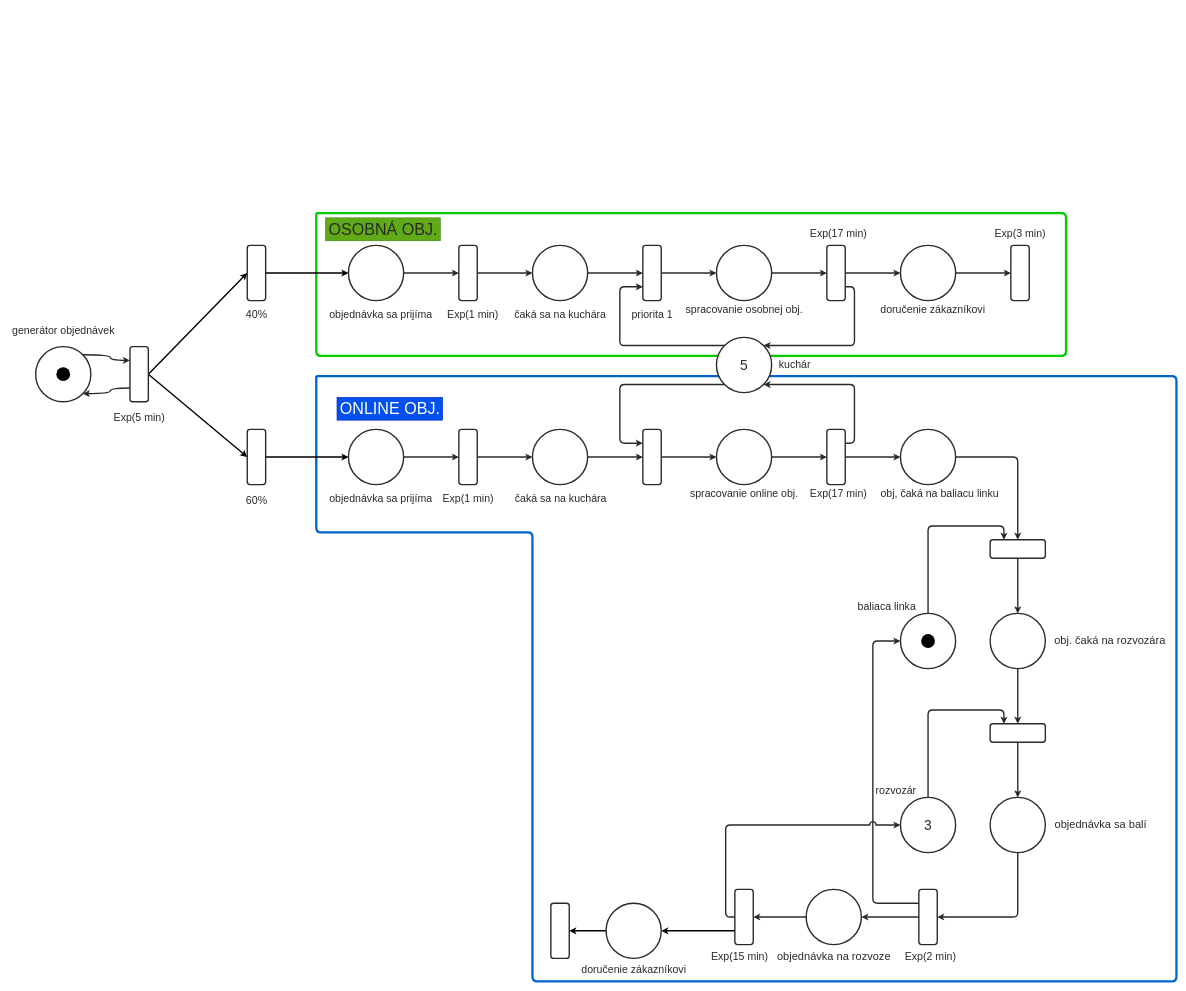
This is docs/petriiiii.drawio from Mats7/ims2022, a draw.io file, before an edit. Source tidied: cells renumbered, new cells numbered last; positions are measured from the earlier drawing's top-left corner, leaving out a move shared by most shapes. Both pictures are drawn from the tidied source at 46%, with x=0, y=0 at pixel (8, 213).
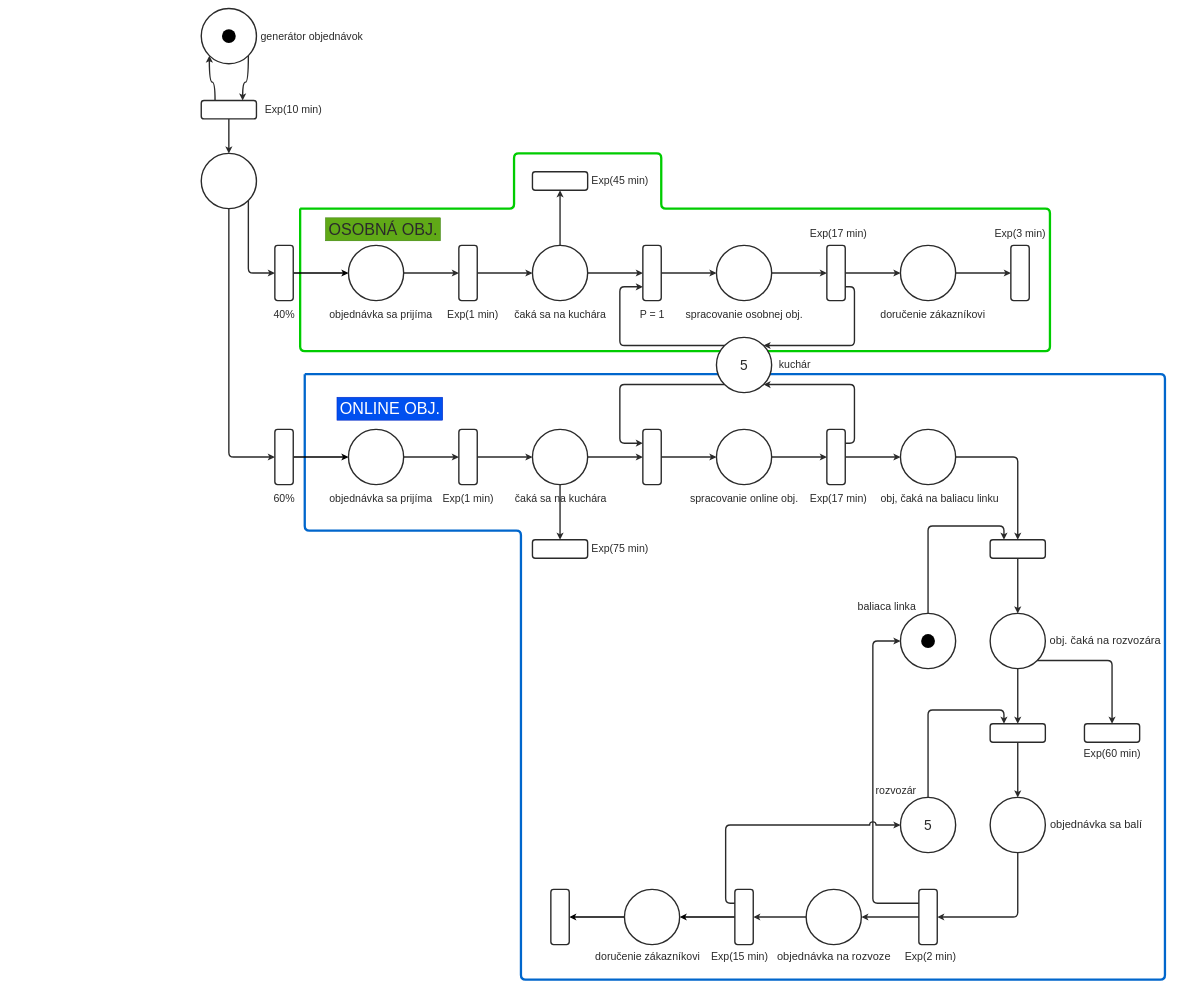
Above is the later version.

The change refers to these unchanged cells:
```xml
<mxCell id="9" style="ellipse;rounded=1;labelBackgroundColor=none;fontColor=#2A2A2A;strokeColor=#2A2A2A;strokeWidth=3;whiteSpace=wrap;html=1;fillColor=none;perimeterSpacing=0;shadow=0;sketch=0;" parent="1" vertex="1">
  <mxGeometry x="1140" y="70" width="120" height="120" as="geometry" />
</mxCell>
<mxCell id="17" style="ellipse;rounded=1;labelBackgroundColor=none;fontColor=#2A2A2A;strokeColor=#2A2A2A;strokeWidth=3;whiteSpace=wrap;html=1;fillColor=none;perimeterSpacing=0;shadow=0;sketch=0;" parent="1" vertex="1">
  <mxGeometry x="1140" y="470" width="120" height="120" as="geometry" />
</mxCell>
<mxCell id="43" style="ellipse;direction=south;rounded=1;labelBackgroundColor=none;fontColor=#2A2A2A;strokeColor=#2A2A2A;strokeWidth=3;whiteSpace=wrap;html=1;fillColor=none;perimeterSpacing=0;shadow=0;sketch=0;" parent="1" vertex="1">
  <mxGeometry x="2135" y="870" width="120" height="120" as="geometry" />
</mxCell>
<mxCell id="73" style="rounded=1;direction=west;labelBackgroundColor=none;fontColor=#2A2A2A;strokeColor=#2A2A2A;strokeWidth=3;whiteSpace=wrap;html=1;fillColor=none;perimeterSpacing=0;shadow=0;sketch=0;" parent="1" vertex="1">
  <mxGeometry x="1580" y="1470" width="40" height="120" as="geometry" />
</mxCell>
```

What changed in the source:
```diff
@@
     <mxCell id="2" style="endArrow=none;html=1;strokeColor=#0066CC;strokeWidth=5;" parent="1" edge="1">
       <mxGeometry relative="1" as="geometry">
-        <mxPoint x="670" y="354" as="sourcePoint" />
-        <mxPoint x="670" y="354" as="targetPoint" />
+        <mxPoint x="645" y="350" as="sourcePoint" />
+        <mxPoint x="645" y="350" as="targetPoint" />
         <Array as="points">
-          <mxPoint x="2540" y="354" />
-          <mxPoint x="2540" y="1670" />
-          <mxPoint x="1140" y="1670" />
-          <mxPoint x="1140" y="694" />
-          <mxPoint x="670" y="694" />
+          <mxPoint x="2515" y="350" />
+          <mxPoint x="2515" y="1666" />
+          <mxPoint x="1115" y="1666" />
+          <mxPoint x="1115" y="690" />
+          <mxPoint x="645" y="690" />
         </Array>
       </mxGeometry>
     </mxCell>
     <mxCell id="3" style="endArrow=none;html=1;strokeColor=#00CC00;strokeWidth=5;" parent="1" edge="1">
       <mxGeometry relative="1" as="geometry">
-        <mxPoint x="670" as="sourcePoint" />
-        <mxPoint x="670" as="targetPoint" />
+        <mxPoint x="635" y="-10" as="sourcePoint" />
+        <mxPoint x="635" y="-10" as="targetPoint" />
         <Array as="points">
-          <mxPoint x="2300" />
-          <mxPoint x="2300" y="310" />
-          <mxPoint x="670" y="310" />
+          <mxPoint x="1100" y="-10" />
+          <mxPoint x="1100" y="-130" />
+          <mxPoint x="1420" y="-130" />
+          <mxPoint x="1420" y="-10" />
+          <mxPoint x="2265" y="-10" />
+          <mxPoint x="2265" y="300" />
+          <mxPoint x="635" y="300" />
         </Array>
       </mxGeometry>
     </mxCell>
@@
-    <mxCell id="7" style="rounded=1;labelBackgroundColor=none;fontColor=#2A2A2A;strokeColor=#2A2A2A;strokeWidth=3;whiteSpace=wrap;html=1;fillColor=default;perimeterSpacing=0;shadow=0;sketch=0;rotation=0;" parent="1" vertex="1">
-      <mxGeometry x="520" y="70" width="40" height="120" as="geometry" />
+    <mxCell id="7" style="rounded=1;labelBackgroundColor=none;fontColor=#2A2A2A;strokeColor=#2A2A2A;strokeWidth=3;whiteSpace=wrap;html=1;fillColor=none;perimeterSpacing=0;shadow=0;sketch=0;rotation=0;" parent="1" vertex="1">
+      <mxGeometry x="580" y="70" width="40" height="120" as="geometry" />
     </mxCell>
@@
+    <mxCell id="102" style="edgeStyle=orthogonalEdgeStyle;rounded=1;html=1;exitX=0.5;exitY=0;exitDx=0;exitDy=0;entryX=1;entryY=0.5;entryDx=0;entryDy=0;strokeColor=#2A2A2A;strokeWidth=3;" parent="1" edge="1" source="9" target="109">
+      <mxGeometry relative="1" as="geometry" />
+    </mxCell>
@@
-    <mxCell id="13" style="rounded=1;labelBackgroundColor=none;fontColor=#2A2A2A;strokeColor=#2A2A2A;strokeWidth=3;whiteSpace=wrap;html=1;fillColor=default;perimeterSpacing=0;shadow=0;sketch=0;" parent="1" vertex="1">
+    <mxCell id="13" style="rounded=1;labelBackgroundColor=none;fontColor=#2A2A2A;strokeColor=#2A2A2A;strokeWidth=3;whiteSpace=wrap;html=1;fillColor=none;perimeterSpacing=0;shadow=0;sketch=0;" parent="1" vertex="1">
       <mxGeometry x="1380" y="70" width="40" height="120" as="geometry" />
     </mxCell>
@@
+    <mxCell id="103" style="edgeStyle=orthogonalEdgeStyle;rounded=1;html=1;exitX=0.5;exitY=1;exitDx=0;exitDy=0;entryX=0;entryY=0.5;entryDx=0;entryDy=0;strokeColor=#2A2A2A;strokeWidth=3;" parent="1" edge="1" source="17" target="111">
+      <mxGeometry relative="1" as="geometry" />
+    </mxCell>
@@
-    <mxCell id="19" style="rounded=1;labelBackgroundColor=none;fontColor=#2A2A2A;strokeColor=#2A2A2A;strokeWidth=3;whiteSpace=wrap;html=1;fillColor=default;perimeterSpacing=0;shadow=0;sketch=0;" parent="1" vertex="1">
+    <mxCell id="19" style="rounded=1;labelBackgroundColor=none;fontColor=#2A2A2A;strokeColor=#2A2A2A;strokeWidth=3;whiteSpace=wrap;html=1;fillColor=none;perimeterSpacing=0;shadow=0;sketch=0;" parent="1" vertex="1">
       <mxGeometry x="1380" y="470" width="40" height="120" as="geometry" />
     </mxCell>
@@
-    <mxCell id="39" style="rounded=1;direction=south;labelBackgroundColor=none;fontColor=#2A2A2A;strokeColor=#2A2A2A;strokeWidth=3;whiteSpace=wrap;html=1;fillColor=default;perimeterSpacing=0;shadow=0;sketch=0;" parent="1" vertex="1">
+    <mxCell id="39" style="rounded=1;direction=south;labelBackgroundColor=none;fontColor=#2A2A2A;strokeColor=#2A2A2A;strokeWidth=3;whiteSpace=wrap;html=1;fillColor=none;perimeterSpacing=0;shadow=0;sketch=0;" parent="1" vertex="1">
       <mxGeometry x="2135" y="710" width="120" height="40" as="geometry" />
     </mxCell>
@@
-    <mxCell id="41" value="&lt;font style=&quot;font-size: 30px&quot;&gt;3&lt;/font&gt;" style="ellipse;rounded=1;labelBackgroundColor=none;fontColor=#2A2A2A;strokeColor=#2A2A2A;strokeWidth=3;whiteSpace=wrap;html=1;fillColor=none;perimeterSpacing=0;shadow=0;sketch=0;" parent="1" vertex="1">
+    <mxCell id="41" value="&lt;font style=&quot;font-size: 30px&quot;&gt;5&lt;/font&gt;" style="ellipse;rounded=1;labelBackgroundColor=none;fontColor=#2A2A2A;strokeColor=#2A2A2A;strokeWidth=3;whiteSpace=wrap;html=1;fillColor=none;perimeterSpacing=0;shadow=0;sketch=0;" parent="1" vertex="1">
       <mxGeometry x="1940" y="1270" width="120" height="120" as="geometry" />
     </mxCell>
@@
+    <mxCell id="104" style="edgeStyle=orthogonalEdgeStyle;rounded=1;html=1;exitX=1;exitY=0;exitDx=0;exitDy=0;entryX=0;entryY=0.5;entryDx=0;entryDy=0;strokeColor=#2A2A2A;strokeWidth=3;" parent="1" edge="1" source="43" target="113">
+      <mxGeometry relative="1" as="geometry" />
+    </mxCell>
@@
     <mxCell id="47" value="spracovanie osobnej obj." style="text;align=center;verticalAlign=middle;strokeColor=none;fillColor=none;fontSize=23;fontColor=#2A2A2A;labelBackgroundColor=none;strokeWidth=3;html=1;" parent="1" vertex="1">
-      <mxGeometry x="1465" y="195" width="270" height="30" as="geometry" />
+      <mxGeometry x="1465" y="205" width="270" height="30" as="geometry" />
     </mxCell>
     <mxCell id="48" value="spracovanie online obj." style="text;align=center;verticalAlign=middle;strokeColor=none;fillColor=none;fontSize=23;labelBackgroundColor=none;fontColor=#2A2A2A;strokeWidth=3;html=1;" parent="1" vertex="1">
-      <mxGeometry x="1475" y="595" width="250" height="30" as="geometry" />
+      <mxGeometry x="1475" y="605" width="250" height="30" as="geometry" />
     </mxCell>
     <mxCell id="49" value="doručenie zákazníkovi" style="text;align=center;verticalAlign=middle;strokeColor=none;fillColor=none;fontSize=23;labelBackgroundColor=none;fontColor=#2A2A2A;strokeWidth=3;html=1;" parent="1" vertex="1">
-      <mxGeometry x="1890" y="195" width="240" height="30" as="geometry" />
+      <mxGeometry x="1890" y="205" width="240" height="30" as="geometry" />
     </mxCell>
     <mxCell id="50" value="obj, čaká na baliacu linku" style="text;align=center;verticalAlign=middle;strokeColor=none;fillColor=none;fontSize=23;labelBackgroundColor=none;fontColor=#2A2A2A;strokeWidth=3;html=1;" parent="1" vertex="1">
-      <mxGeometry x="1890" y="595" width="270" height="30" as="geometry" />
+      <mxGeometry x="1890" y="605" width="270" height="30" as="geometry" />
     </mxCell>
     <mxCell id="51" value="obj. čaká na rozvozára" style="text;align=center;verticalAlign=middle;strokeColor=none;fillColor=none;fontSize=24;labelBackgroundColor=none;fontColor=#2A2A2A;strokeWidth=3;html=1;" parent="1" vertex="1">
-      <mxGeometry x="2265" y="915" width="260" height="30" as="geometry" />
+      <mxGeometry x="2255" y="915" width="260" height="30" as="geometry" />
     </mxCell>
     <mxCell id="52" value="objednávka sa balí" style="text;align=center;verticalAlign=middle;strokeColor=none;fillColor=none;fontSize=24;labelBackgroundColor=none;fontColor=#2A2A2A;html=1;" parent="1" vertex="1">
-      <mxGeometry x="2265" y="1315" width="220" height="30" as="geometry" />
+      <mxGeometry x="2255" y="1315" width="220" height="30" as="geometry" />
     </mxCell>
@@
     <mxCell id="60" value="Exp(17 min)" style="text;align=center;verticalAlign=middle;strokeColor=none;fillColor=none;fontSize=23;fontColor=#2A2A2A;labelBackgroundColor=none;strokeWidth=3;html=1;" parent="1" vertex="1">
-      <mxGeometry x="1735" y="595" width="140" height="30" as="geometry" />
+      <mxGeometry x="1735" y="605" width="140" height="30" as="geometry" />
     </mxCell>
@@
-    <mxCell id="71" style="edgeStyle=orthogonalEdgeStyle;rounded=1;jumpStyle=arc;html=1;exitX=1;exitY=0.5;exitDx=0;exitDy=0;entryX=0;entryY=0.5;entryDx=0;entryDy=0;labelBackgroundColor=none;fontSize=30;fontColor=#2A2A2A;strokeColor=#2A2A2A;strokeWidth=3;jumpSize=10;" parent="1" edge="1" source="73" target="41">
+    <mxCell id="71" style="edgeStyle=orthogonalEdgeStyle;rounded=1;jumpStyle=arc;html=1;exitX=1;exitY=0.75;exitDx=0;exitDy=0;entryX=0;entryY=0.5;entryDx=0;entryDy=0;labelBackgroundColor=none;fontSize=30;fontColor=#2A2A2A;strokeColor=#2A2A2A;strokeWidth=3;jumpSize=10;" parent="1" edge="1" source="73" target="41">
       <mxGeometry relative="1" as="geometry">
         <Array as="points">
-          <mxPoint x="1560" y="1530" />
+          <mxPoint x="1560" y="1500" />
           <mxPoint x="1560" y="1330" />
         </Array>
       </mxGeometry>
     </mxCell>
-    <mxCell id="72" style="edgeStyle=none;html=1;exitX=1;exitY=0.25;exitDx=0;exitDy=0;entryX=1;entryY=0.5;entryDx=0;entryDy=0;strokeColor=#000000;strokeWidth=3;" parent="1" edge="1" source="73" target="99">
+    <mxCell id="72" style="edgeStyle=none;html=1;exitX=1;exitY=0.5;exitDx=0;exitDy=0;entryX=1;entryY=0.5;entryDx=0;entryDy=0;strokeColor=#000000;strokeWidth=3;" parent="1" edge="1" source="73" target="99">
       <mxGeometry relative="1" as="geometry" />
     </mxCell>
@@
-    <mxCell id="76" style="edgeStyle=orthogonalEdgeStyle;jumpStyle=arc;jumpSize=10;html=1;exitX=1;exitY=0;exitDx=0;exitDy=0;entryX=0;entryY=0.25;entryDx=0;entryDy=0;labelBackgroundColor=none;fontSize=30;fontColor=#2A2A2A;strokeColor=#2A2A2A;strokeWidth=3;curved=1;" parent="1" edge="1" source="77" target="82">
+    <mxCell id="76" style="edgeStyle=orthogonalEdgeStyle;jumpStyle=arc;jumpSize=10;html=1;exitX=1;exitY=1;exitDx=0;exitDy=0;entryX=0;entryY=0.25;entryDx=0;entryDy=0;labelBackgroundColor=none;fontSize=30;fontColor=#2A2A2A;strokeColor=#2A2A2A;strokeWidth=3;curved=1;" parent="1" edge="1" source="77" target="82">
       <mxGeometry relative="1" as="geometry" />
     </mxCell>
     <mxCell id="77" style="ellipse;rounded=1;labelBackgroundColor=none;fontColor=#2A2A2A;strokeColor=#2A2A2A;strokeWidth=3;whiteSpace=wrap;html=1;fillColor=none;gradientColor=none;" parent="1" vertex="1">
-      <mxGeometry x="60" y="290" width="120" height="120" as="geometry" />
+      <mxGeometry x="420" y="-445" width="120" height="120" as="geometry" />
     </mxCell>
-    <mxCell id="78" value="generátor objednávek" style="text;align=center;verticalAlign=middle;strokeColor=none;fillColor=none;fontSize=23;fontColor=#2A2A2A;labelBackgroundColor=none;strokeWidth=3;html=1;" parent="1" vertex="1">
-      <mxGeometry y="240" width="240" height="30" as="geometry" />
+    <mxCell id="78" value="generátor objednávok" style="text;align=center;verticalAlign=middle;strokeColor=none;fillColor=none;fontSize=23;fontColor=#2A2A2A;labelBackgroundColor=none;strokeWidth=3;html=1;" parent="1" vertex="1">
+      <mxGeometry x="540" y="-400" width="240" height="30" as="geometry" />
     </mxCell>
-    <mxCell id="79" style="edgeStyle=orthogonalEdgeStyle;jumpStyle=arc;jumpSize=10;html=1;exitX=0;exitY=0.75;exitDx=0;exitDy=0;entryX=1;entryY=1;entryDx=0;entryDy=0;labelBackgroundColor=none;fontSize=30;fontColor=#2A2A2A;strokeColor=#2A2A2A;strokeWidth=3;curved=1;" parent="1" edge="1" source="82" target="77">
+    <mxCell id="79" style="edgeStyle=orthogonalEdgeStyle;jumpStyle=arc;jumpSize=10;html=1;exitX=0;exitY=0.75;exitDx=0;exitDy=0;entryX=0;entryY=1;entryDx=0;entryDy=0;labelBackgroundColor=none;fontSize=30;fontColor=#2A2A2A;strokeColor=#2A2A2A;strokeWidth=3;curved=1;" parent="1" edge="1" source="82" target="77">
       <mxGeometry relative="1" as="geometry" />
     </mxCell>
-    <mxCell id="80" style="edgeStyle=none;html=1;entryX=0;entryY=0.5;entryDx=0;entryDy=0;strokeColor=#000000;strokeWidth=3;exitX=1;exitY=0.5;exitDx=0;exitDy=0;" parent="1" edge="1" source="82" target="7">
-      <mxGeometry relative="1" as="geometry" />
-    </mxCell>
-    <mxCell id="81" style="edgeStyle=none;html=1;exitX=1;exitY=0.5;exitDx=0;exitDy=0;entryX=0;entryY=0.5;entryDx=0;entryDy=0;strokeColor=#000000;strokeWidth=3;" parent="1" edge="1" source="82" target="91">
-      <mxGeometry relative="1" as="geometry" />
-    </mxCell>
+    <mxCell id="105" style="edgeStyle=orthogonalEdgeStyle;rounded=1;html=1;exitX=1;exitY=0.5;exitDx=0;exitDy=0;entryX=0.5;entryY=0;entryDx=0;entryDy=0;strokeColor=#2A2A2A;strokeWidth=3;" parent="1" edge="1" source="82" target="108">
+      <mxGeometry relative="1" as="geometry" />
+    </mxCell>
-    <mxCell id="82" style="rounded=1;labelBackgroundColor=none;fontColor=#2A2A2A;strokeColor=#2A2A2A;strokeWidth=3;whiteSpace=wrap;html=1;fillColor=none;perimeterSpacing=0;shadow=0;sketch=0;" parent="1" vertex="1">
-      <mxGeometry x="265" y="290" width="40" height="120" as="geometry" />
+    <mxCell id="82" style="rounded=1;labelBackgroundColor=none;fontColor=#2A2A2A;strokeColor=#2A2A2A;strokeWidth=3;whiteSpace=wrap;html=1;fillColor=none;perimeterSpacing=0;shadow=0;sketch=0;rotation=90;" parent="1" vertex="1">
+      <mxGeometry x="460" y="-285" width="40" height="120" as="geometry" />
     </mxCell>
@@
-    <mxCell id="91" style="rounded=1;labelBackgroundColor=none;fontColor=#2A2A2A;strokeColor=#2A2A2A;strokeWidth=3;whiteSpace=wrap;html=1;fillColor=default;perimeterSpacing=0;shadow=0;sketch=0;rotation=0;" parent="1" vertex="1">
-      <mxGeometry x="520" y="470" width="40" height="120" as="geometry" />
+    <mxCell id="91" style="rounded=1;labelBackgroundColor=none;fontColor=#2A2A2A;strokeColor=#2A2A2A;strokeWidth=3;whiteSpace=wrap;html=1;fillColor=none;perimeterSpacing=0;shadow=0;sketch=0;rotation=0;" parent="1" vertex="1">
+      <mxGeometry x="580" y="470" width="40" height="120" as="geometry" />
     </mxCell>
-    <mxCell id="92" value="Exp(5 min)" style="text;align=center;verticalAlign=middle;strokeColor=none;fillColor=none;fontSize=23;labelBackgroundColor=none;fontColor=#2A2A2A;strokeWidth=3;html=1;" parent="1" vertex="1">
-      <mxGeometry x="220" y="430" width="130" height="30" as="geometry" />
+    <mxCell id="92" value="Exp(10 min)" style="text;align=center;verticalAlign=middle;strokeColor=none;fillColor=none;fontSize=23;labelBackgroundColor=none;fontColor=#2A2A2A;strokeWidth=3;html=1;" parent="1" vertex="1">
+      <mxGeometry x="550" y="-240" width="140" height="30" as="geometry" />
     </mxCell>
     <mxCell id="93" value="40%" style="text;align=center;verticalAlign=middle;strokeColor=none;fillColor=none;fontSize=23;labelBackgroundColor=none;fontColor=#2A2A2A;strokeWidth=3;html=1;" parent="1" vertex="1">
-      <mxGeometry x="510" y="205" width="60" height="30" as="geometry" />
+      <mxGeometry x="570" y="205" width="60" height="30" as="geometry" />
     </mxCell>
     <mxCell id="94" value="60%" style="text;align=center;verticalAlign=middle;strokeColor=none;fillColor=none;fontSize=23;labelBackgroundColor=none;fontColor=#2A2A2A;strokeWidth=3;html=1;" parent="1" vertex="1">
-      <mxGeometry x="510" y="610" width="60" height="30" as="geometry" />
+      <mxGeometry x="570" y="605" width="60" height="30" as="geometry" />
     </mxCell>
-    <mxCell id="95" value="priorita 1" style="text;align=center;verticalAlign=middle;strokeColor=none;fillColor=none;fontSize=23;labelBackgroundColor=none;fontColor=#2A2A2A;strokeWidth=3;html=1;" parent="1" vertex="1">
-      <mxGeometry x="1350" y="205" width="100" height="30" as="geometry" />
+    <mxCell id="95" value="P = 1" style="text;align=center;verticalAlign=middle;strokeColor=none;fillColor=none;fontSize=23;labelBackgroundColor=none;fontColor=#2A2A2A;strokeWidth=3;html=1;" parent="1" vertex="1">
+      <mxGeometry x="1365" y="205" width="70" height="30" as="geometry" />
     </mxCell>
     <mxCell id="96" style="shape=ellipse;fillColor=#000000;strokeColor=none;html=1;sketch=0;" parent="1" vertex="1">
-      <mxGeometry x="105" y="335" width="30" height="30" as="geometry" />
+      <mxGeometry x="465" y="-400" width="30" height="30" as="geometry" />
     </mxCell>
@@
     <mxCell id="99" style="ellipse;rounded=1;labelBackgroundColor=none;fontColor=#2A2A2A;strokeColor=#2A2A2A;strokeWidth=3;whiteSpace=wrap;html=1;fillColor=none;perimeterSpacing=0;shadow=0;sketch=0;" parent="1" vertex="1">
-      <mxGeometry x="1300" y="1500" width="120" height="120" as="geometry" />
+      <mxGeometry x="1340" y="1470" width="120" height="120" as="geometry" />
     </mxCell>
-    <mxCell id="100" style="rounded=1;direction=west;labelBackgroundColor=none;fontColor=#2A2A2A;strokeColor=#2A2A2A;strokeWidth=3;whiteSpace=wrap;html=1;fillColor=default;perimeterSpacing=0;shadow=0;sketch=0;" parent="1" vertex="1">
-      <mxGeometry x="1180" y="1500" width="40" height="120" as="geometry" />
+    <mxCell id="100" style="rounded=1;direction=west;labelBackgroundColor=none;fontColor=#2A2A2A;strokeColor=#2A2A2A;strokeWidth=3;whiteSpace=wrap;html=1;fillColor=none;perimeterSpacing=0;shadow=0;sketch=0;" parent="1" vertex="1">
+      <mxGeometry x="1180" y="1470" width="40" height="120" as="geometry" />
     </mxCell>
     <mxCell id="101" value="doručenie zákazníkovi" style="text;align=center;verticalAlign=middle;strokeColor=none;fillColor=none;fontSize=23;labelBackgroundColor=none;fontColor=#2A2A2A;strokeWidth=3;html=1;" parent="1" vertex="1">
-      <mxGeometry x="1240" y="1630" width="240" height="30" as="geometry" />
+      <mxGeometry x="1270" y="1600" width="240" height="30" as="geometry" />
     </mxCell>
+    <mxCell id="106" style="edgeStyle=orthogonalEdgeStyle;rounded=1;html=1;exitX=1;exitY=1;exitDx=0;exitDy=0;entryX=0;entryY=0.5;entryDx=0;entryDy=0;strokeColor=#2A2A2A;strokeWidth=3;" parent="1" edge="1" source="108" target="7">
+      <mxGeometry relative="1" as="geometry">
+        <Array as="points">
+          <mxPoint x="522" y="130" />
+        </Array>
+      </mxGeometry>
+    </mxCell>
+    <mxCell id="107" style="edgeStyle=orthogonalEdgeStyle;rounded=1;html=1;exitX=0.5;exitY=1;exitDx=0;exitDy=0;entryX=0;entryY=0.5;entryDx=0;entryDy=0;strokeColor=#2A2A2A;strokeWidth=3;" parent="1" edge="1" source="108" target="91">
+      <mxGeometry relative="1" as="geometry" />
+    </mxCell>
+    <mxCell id="108" style="ellipse;rounded=1;labelBackgroundColor=none;fontColor=#2A2A2A;strokeColor=#2A2A2A;strokeWidth=3;whiteSpace=wrap;html=1;fillColor=none;perimeterSpacing=0;shadow=0;sketch=0;" parent="1" vertex="1">
+      <mxGeometry x="420" y="-130" width="120" height="120" as="geometry" />
+    </mxCell>
+    <mxCell id="109" style="rounded=1;labelBackgroundColor=none;fontColor=#2A2A2A;strokeColor=#2A2A2A;strokeWidth=3;whiteSpace=wrap;html=1;fillColor=none;perimeterSpacing=0;shadow=0;sketch=0;rotation=90;" parent="1" vertex="1">
+      <mxGeometry x="1180" y="-130" width="40" height="120" as="geometry" />
+    </mxCell>
+    <mxCell id="110" value="Exp(45 min)" style="text;align=center;verticalAlign=middle;strokeColor=none;fillColor=none;fontSize=23;labelBackgroundColor=none;fontColor=#2A2A2A;strokeWidth=3;html=1;" parent="1" vertex="1">
+      <mxGeometry x="1260" y="-85" width="140" height="30" as="geometry" />
+    </mxCell>
+    <mxCell id="111" style="rounded=1;labelBackgroundColor=none;fontColor=#2A2A2A;strokeColor=#2A2A2A;strokeWidth=3;whiteSpace=wrap;html=1;fillColor=none;perimeterSpacing=0;shadow=0;sketch=0;rotation=90;" parent="1" vertex="1">
+      <mxGeometry x="1180" y="670" width="40" height="120" as="geometry" />
+    </mxCell>
+    <mxCell id="112" value="Exp(75 min)" style="text;align=center;verticalAlign=middle;strokeColor=none;fillColor=none;fontSize=23;labelBackgroundColor=none;fontColor=#2A2A2A;strokeWidth=3;html=1;" parent="1" vertex="1">
+      <mxGeometry x="1260" y="715" width="140" height="30" as="geometry" />
+    </mxCell>
+    <mxCell id="113" style="rounded=1;labelBackgroundColor=none;fontColor=#2A2A2A;strokeColor=#2A2A2A;strokeWidth=3;whiteSpace=wrap;html=1;fillColor=none;perimeterSpacing=0;shadow=0;sketch=0;rotation=90;" parent="1" vertex="1">
+      <mxGeometry x="2380" y="1070" width="40" height="120" as="geometry" />
+    </mxCell>
+    <mxCell id="114" value="Exp(60 min)" style="text;align=center;verticalAlign=middle;strokeColor=none;fillColor=none;fontSize=23;labelBackgroundColor=none;fontColor=#2A2A2A;strokeWidth=3;html=1;" parent="1" vertex="1">
+      <mxGeometry x="2330" y="1160" width="140" height="30" as="geometry" />
+    </mxCell>
```
